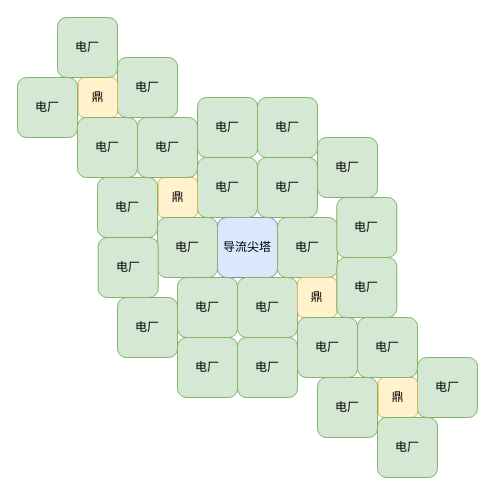
This is 日冕神州电网.drawio from BlurringShadow/BlurringShadow, a draw.io file, before an edit. Source tidied: cells renumbered, new cells numbered last; positions are measured from the earlier drawing's top-left corner, leaving out a move shared by most shapes. Both pictures are drawn from the tidied source at 100%, with x=0, y=0 at pixel (17, 17).
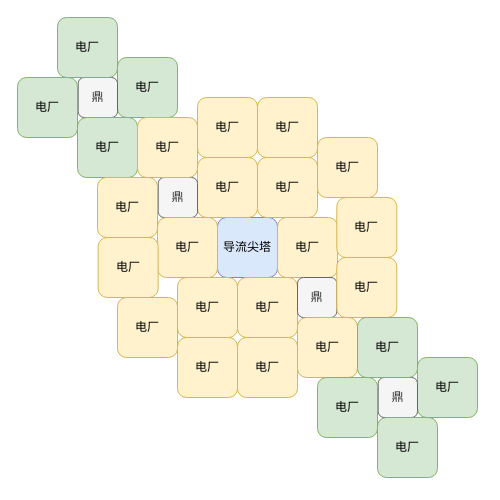
The same diagram, later.

Commit message (it also covers changes not shown here):
更新日冕神州电网.drawio

Unchanged cells that the change refers to:
```xml
<mxCell id="2" style="group;" parent="1" vertex="1">
  <mxGeometry width="160" height="160" as="geometry" />
</mxCell>
<mxCell id="8" style="group;" parent="1" vertex="1">
  <mxGeometry x="80" y="80" width="385" height="385" as="geometry" />
</mxCell>
<mxCell id="30" style="group;" parent="8" vertex="1">
  <mxGeometry x="220" y="220" width="160" height="160" as="geometry" />
</mxCell>
```

What changed in the source:
```diff
@@
-    <mxCell id="4" value="鼎" style="rounded=1;whiteSpace=wrap;html=1;fillColor=#fff2cc;strokeColor=#d6b656;" parent="2" vertex="1">
+    <mxCell id="4" value="鼎" style="rounded=1;whiteSpace=wrap;html=1;fillColor=#f5f5f5;strokeColor=#666666;fontColor=#333333;" parent="2" vertex="1">
       <mxGeometry x="60.7" y="60" width="39.3" height="40" as="geometry" />
     </mxCell>
@@
-    <mxCell id="10" value="电厂" style="rounded=1;whiteSpace=wrap;html=1;fillColor=#d5e8d4;strokeColor=#82b366;" parent="8" vertex="1">
+    <mxCell id="10" value="电厂" style="rounded=1;whiteSpace=wrap;html=1;fillColor=#fff2cc;strokeColor=#d6b656;" parent="8" vertex="1">
       <mxGeometry x="100" y="60" width="60" height="60" as="geometry" />
     </mxCell>
-    <mxCell id="11" value="鼎" style="rounded=1;whiteSpace=wrap;html=1;fillColor=#fff2cc;strokeColor=#d6b656;" parent="8" vertex="1">
+    <mxCell id="11" value="鼎" style="rounded=1;whiteSpace=wrap;html=1;fillColor=#f5f5f5;strokeColor=#666666;fontColor=#333333;" parent="8" vertex="1">
       <mxGeometry x="60.7" y="80" width="39.3" height="40" as="geometry" />
     </mxCell>
-    <mxCell id="12" value="电厂" style="rounded=1;whiteSpace=wrap;html=1;fillColor=#d5e8d4;strokeColor=#82b366;" parent="8" vertex="1">
+    <mxCell id="12" value="电厂" style="rounded=1;whiteSpace=wrap;html=1;fillColor=#fff2cc;strokeColor=#d6b656;" parent="8" vertex="1">
       <mxGeometry x="100" width="60" height="60" as="geometry" />
     </mxCell>
-    <mxCell id="13" value="电厂" style="rounded=1;whiteSpace=wrap;html=1;fillColor=#d5e8d4;strokeColor=#82b366;" parent="8" vertex="1">
+    <mxCell id="13" value="电厂" style="rounded=1;whiteSpace=wrap;html=1;fillColor=#fff2cc;strokeColor=#d6b656;" parent="8" vertex="1">
       <mxGeometry x="160" width="60" height="60" as="geometry" />
     </mxCell>
-    <mxCell id="14" value="电厂" style="rounded=1;whiteSpace=wrap;html=1;fillColor=#d5e8d4;strokeColor=#82b366;" parent="8" vertex="1">
+    <mxCell id="14" value="电厂" style="rounded=1;whiteSpace=wrap;html=1;fillColor=#fff2cc;strokeColor=#d6b656;" parent="8" vertex="1">
       <mxGeometry x="160" y="60" width="60" height="60" as="geometry" />
     </mxCell>
-    <mxCell id="15" value="电厂" style="rounded=1;whiteSpace=wrap;html=1;fillColor=#d5e8d4;strokeColor=#82b366;" parent="8" vertex="1">
+    <mxCell id="15" value="电厂" style="rounded=1;whiteSpace=wrap;html=1;fillColor=#fff2cc;strokeColor=#d6b656;" parent="8" vertex="1">
       <mxGeometry x="80" y="240" width="60" height="60" as="geometry" />
     </mxCell>
-    <mxCell id="16" value="电厂" style="rounded=1;whiteSpace=wrap;html=1;fillColor=#d5e8d4;strokeColor=#82b366;" parent="8" vertex="1">
+    <mxCell id="16" value="电厂" style="rounded=1;whiteSpace=wrap;html=1;fillColor=#fff2cc;strokeColor=#d6b656;" parent="8" vertex="1">
       <mxGeometry x="80" y="180" width="60" height="60" as="geometry" />
     </mxCell>
-    <mxCell id="17" value="电厂" style="rounded=1;whiteSpace=wrap;html=1;fillColor=#d5e8d4;strokeColor=#82b366;" parent="8" vertex="1">
+    <mxCell id="17" value="电厂" style="rounded=1;whiteSpace=wrap;html=1;fillColor=#fff2cc;strokeColor=#d6b656;" parent="8" vertex="1">
       <mxGeometry x="140" y="180" width="60" height="60" as="geometry" />
     </mxCell>
-    <mxCell id="18" value="电厂" style="rounded=1;whiteSpace=wrap;html=1;fillColor=#d5e8d4;strokeColor=#82b366;" parent="8" vertex="1">
+    <mxCell id="18" value="电厂" style="rounded=1;whiteSpace=wrap;html=1;fillColor=#fff2cc;strokeColor=#d6b656;" parent="8" vertex="1">
       <mxGeometry x="140" y="240" width="60" height="60" as="geometry" />
     </mxCell>
-    <mxCell id="19" value="电厂" style="rounded=1;whiteSpace=wrap;html=1;fillColor=#d5e8d4;strokeColor=#82b366;" parent="8" vertex="1">
+    <mxCell id="19" value="电厂" style="rounded=1;whiteSpace=wrap;html=1;fillColor=#fff2cc;strokeColor=#d6b656;" parent="8" vertex="1">
       <mxGeometry x="60" y="120" width="60" height="60" as="geometry" />
     </mxCell>
-    <mxCell id="20" value="电厂" style="rounded=1;whiteSpace=wrap;html=1;fillColor=#d5e8d4;strokeColor=#82b366;" parent="8" vertex="1">
+    <mxCell id="20" value="电厂" style="rounded=1;whiteSpace=wrap;html=1;fillColor=#fff2cc;strokeColor=#d6b656;" parent="8" vertex="1">
       <mxGeometry x="180" y="120" width="60" height="60" as="geometry" />
     </mxCell>
-    <mxCell id="21" value="鼎" style="rounded=1;whiteSpace=wrap;html=1;fillColor=#fff2cc;strokeColor=#d6b656;" parent="8" vertex="1">
+    <mxCell id="21" value="鼎" style="rounded=1;whiteSpace=wrap;html=1;fillColor=#f5f5f5;strokeColor=#666666;fontColor=#333333;" parent="8" vertex="1">
       <mxGeometry x="200" y="180" width="39.3" height="40" as="geometry" />
     </mxCell>
-    <mxCell id="22" value="电厂" style="rounded=1;whiteSpace=wrap;html=1;fillColor=#d5e8d4;strokeColor=#82b366;" parent="8" vertex="1">
+    <mxCell id="22" value="电厂" style="rounded=1;whiteSpace=wrap;html=1;fillColor=#fff2cc;strokeColor=#d6b656;" parent="8" vertex="1">
       <mxGeometry x="40" y="20" width="60" height="60" as="geometry" />
     </mxCell>
-    <mxCell id="23" value="电厂" style="rounded=1;whiteSpace=wrap;html=1;fillColor=#d5e8d4;strokeColor=#82b366;" parent="8" vertex="1">
+    <mxCell id="23" value="电厂" style="rounded=1;whiteSpace=wrap;html=1;fillColor=#fff2cc;strokeColor=#d6b656;" parent="8" vertex="1">
       <mxGeometry y="80" width="60" height="60" as="geometry" />
     </mxCell>
-    <mxCell id="24" value="电厂" style="rounded=1;whiteSpace=wrap;html=1;fillColor=#d5e8d4;strokeColor=#82b366;" parent="8" vertex="1">
+    <mxCell id="24" value="电厂" style="rounded=1;whiteSpace=wrap;html=1;fillColor=#fff2cc;strokeColor=#d6b656;" parent="8" vertex="1">
       <mxGeometry x="200" y="220" width="60" height="60" as="geometry" />
     </mxCell>
-    <mxCell id="25" value="电厂" style="rounded=1;whiteSpace=wrap;html=1;fillColor=#d5e8d4;strokeColor=#82b366;" parent="8" vertex="1">
+    <mxCell id="25" value="电厂" style="rounded=1;whiteSpace=wrap;html=1;fillColor=#fff2cc;strokeColor=#d6b656;" parent="8" vertex="1">
       <mxGeometry x="239.3" y="160" width="60" height="60" as="geometry" />
     </mxCell>
-    <mxCell id="26" value="电厂" style="rounded=1;whiteSpace=wrap;html=1;fillColor=#d5e8d4;strokeColor=#82b366;" parent="8" vertex="1">
+    <mxCell id="26" value="电厂" style="rounded=1;whiteSpace=wrap;html=1;fillColor=#fff2cc;strokeColor=#d6b656;" parent="8" vertex="1">
       <mxGeometry x="0.7" y="140" width="60" height="60" as="geometry" />
     </mxCell>
-    <mxCell id="27" value="电厂" style="rounded=1;whiteSpace=wrap;html=1;fillColor=#d5e8d4;strokeColor=#82b366;" parent="8" vertex="1">
+    <mxCell id="27" value="电厂" style="rounded=1;whiteSpace=wrap;html=1;fillColor=#fff2cc;strokeColor=#d6b656;" parent="8" vertex="1">
       <mxGeometry x="20" y="200" width="60" height="60" as="geometry" />
     </mxCell>
-    <mxCell id="28" value="电厂" style="rounded=1;whiteSpace=wrap;html=1;fillColor=#d5e8d4;strokeColor=#82b366;" parent="8" vertex="1">
+    <mxCell id="28" value="电厂" style="rounded=1;whiteSpace=wrap;html=1;fillColor=#fff2cc;strokeColor=#d6b656;" parent="8" vertex="1">
       <mxGeometry x="239.3" y="100" width="60" height="60" as="geometry" />
     </mxCell>
-    <mxCell id="29" value="电厂" style="rounded=1;whiteSpace=wrap;html=1;fillColor=#d5e8d4;strokeColor=#82b366;" parent="8" vertex="1">
+    <mxCell id="29" value="电厂" style="rounded=1;whiteSpace=wrap;html=1;fillColor=#fff2cc;strokeColor=#d6b656;" parent="8" vertex="1">
       <mxGeometry x="220" y="40" width="60" height="60" as="geometry" />
     </mxCell>
@@
-    <mxCell id="32" value="鼎" style="rounded=1;whiteSpace=wrap;html=1;fillColor=#fff2cc;strokeColor=#d6b656;" parent="30" vertex="1">
+    <mxCell id="32" value="鼎" style="rounded=1;whiteSpace=wrap;html=1;fillColor=#f5f5f5;strokeColor=#666666;fontColor=#333333;" parent="30" vertex="1">
       <mxGeometry x="60.7" y="60" width="39.3" height="40" as="geometry" />
     </mxCell>
```
